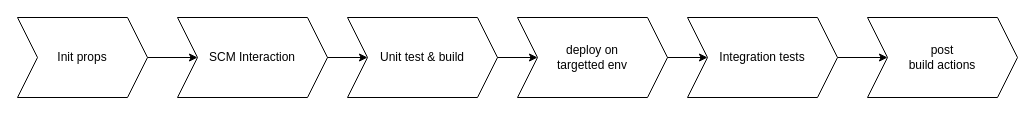
Above: Pipeline.drawio in claytonbrown/aws-drawing (draw.io), before the change. Source tidied: cells renumbered, new cells numbered last; positions are measured from the earlier drawing's top-left corner, leaving out a move shared by most shapes. Both pictures are drawn from the tidied source at 100%, with x=0, y=0 at pixel (17, 17).
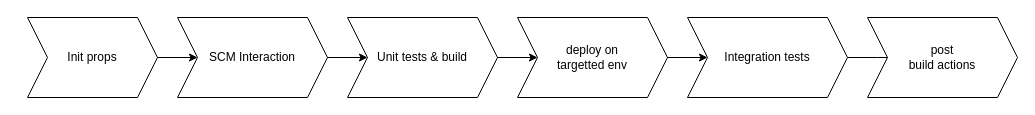
Above is the later version.

What changed in the source:
```diff
@@
 <mxGraphModel>
   <root>
     <mxCell id="0" />
     <mxCell id="1" parent="0" />
     <mxCell id="2" style="edgeStyle=orthogonalEdgeStyle;rounded=0;jettySize=auto;html=1;" parent="1" edge="1" source="3" target="5">
       <mxGeometry relative="1" as="geometry" />
     </mxCell>
     <mxCell id="3" value="Init props" style="shape=step;perimeter=stepPerimeter;whiteSpace=wrap;html=1;fixedSize=1;" parent="1" vertex="1">
-      <mxGeometry width="130" height="80" as="geometry" />
+      <mxGeometry x="10" width="130" height="80" as="geometry" />
     </mxCell>
     <mxCell id="4" style="edgeStyle=orthogonalEdgeStyle;rounded=0;jettySize=auto;html=1;" parent="1" edge="1" source="5" target="7">
       <mxGeometry relative="1" as="geometry" />
     </mxCell>
     <mxCell id="5" value="SCM Interaction" style="shape=step;perimeter=stepPerimeter;whiteSpace=wrap;html=1;fixedSize=1;" parent="1" vertex="1">
       <mxGeometry x="160" width="150" height="80" as="geometry" />
     </mxCell>
     <mxCell id="6" style="edgeStyle=orthogonalEdgeStyle;rounded=0;jettySize=auto;html=1;" parent="1" edge="1" source="7" target="9">
       <mxGeometry relative="1" as="geometry" />
     </mxCell>
-    <mxCell id="7" value="Unit test &amp;amp; build" style="shape=step;perimeter=stepPerimeter;whiteSpace=wrap;html=1;fixedSize=1;" parent="1" vertex="1">
+    <mxCell id="7" value="Unit tests &amp;amp; build" style="shape=step;perimeter=stepPerimeter;whiteSpace=wrap;html=1;fixedSize=1;" parent="1" vertex="1">
       <mxGeometry x="330" width="150" height="80" as="geometry" />
     </mxCell>
     <mxCell id="8" style="edgeStyle=orthogonalEdgeStyle;rounded=0;jettySize=auto;html=1;" parent="1" edge="1" source="9" target="11">
       <mxGeometry relative="1" as="geometry" />
     </mxCell>
     <mxCell id="9" value="deploy on &lt;br&gt;targetted env" style="shape=step;perimeter=stepPerimeter;whiteSpace=wrap;html=1;fixedSize=1;" parent="1" vertex="1">
       <mxGeometry x="500" width="150" height="80" as="geometry" />
     </mxCell>
-    <mxCell id="10" style="edgeStyle=orthogonalEdgeStyle;rounded=0;jettySize=auto;html=1;" parent="1" edge="1" source="11" target="12">
-      <mxGeometry relative="1" as="geometry" />
+    <mxCell id="10" style="edgeStyle=orthogonalEdgeStyle;rounded=0;jettySize=auto;html=1;" parent="1" edge="1" source="11">
+      <mxGeometry relative="1" as="geometry">
+        <mxPoint x="890" y="40" as="targetPoint" />
+      </mxGeometry>
     </mxCell>
     <mxCell id="11" value="Integration tests" style="shape=step;perimeter=stepPerimeter;whiteSpace=wrap;html=1;fixedSize=1;" parent="1" vertex="1">
-      <mxGeometry x="670" width="150" height="80" as="geometry" />
+      <mxGeometry x="670" width="160" height="80" as="geometry" />
     </mxCell>
     <mxCell id="12" value="post &lt;br&gt;build actions" style="shape=step;perimeter=stepPerimeter;whiteSpace=wrap;html=1;fixedSize=1;" parent="1" vertex="1">
       <mxGeometry x="850" width="150" height="80" as="geometry" />
     </mxCell>
   </root>
 </mxGraphModel>
```
